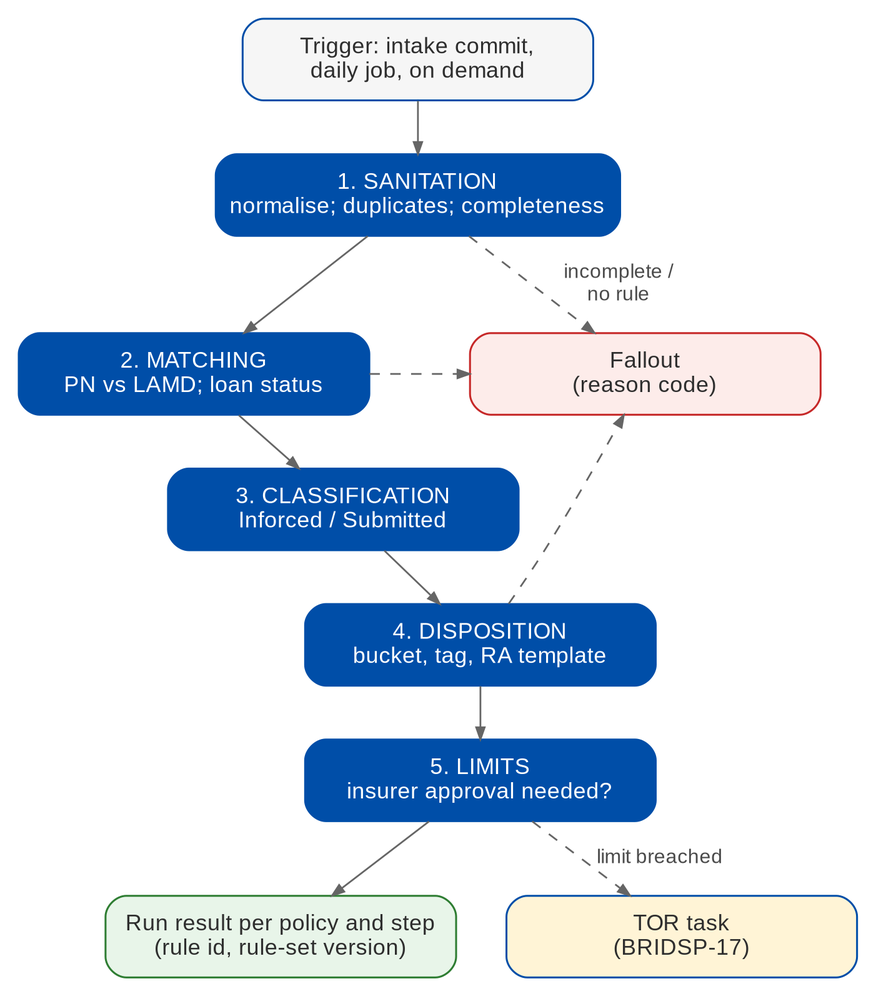
This is docs/deliverables/src/BRD-12_Submitted_Policies/figures/brd12_processing_run.png from IortaTexhNXT-DEV/FinVerse, a Graphviz export, as it was before one commit. Its source is kept beside it as docs/deliverables/src/BRD-12_Submitted_Policies/figures/brd12_processing_run.dot. Its diagram source:
```dot
digraph sp_run {
  graph [rankdir=TB, fontname="Arial", nodesep=0.4, ranksep=0.4, bgcolor="white", pad=0.15];
  node  [shape=box, style="rounded,filled", fillcolor="@WHITE", color="@HEADER_BLUE", penwidth=1.1,
         fontname="Arial", fontsize=13, fontcolor="@NEAR_BLACK", width=2.8, height=0.65];
  edge  [color="@MUTED", arrowsize=0.7, fontname="Arial", fontsize=11.5, fontcolor="@TEXT"];

  trig  [label="Trigger: intake commit,\ndaily job, on demand", fillcolor="@DIRTY_WHITE"];
  san   [label="1. SANITATION\nnormalise; duplicates; completeness", fillcolor="@HEADER_BLUE", fontcolor="@WHITE"];
  mat   [label="2. MATCHING\nPN vs LAMD; loan status", fillcolor="@HEADER_BLUE", fontcolor="@WHITE"];
  cls   [label="3. CLASSIFICATION\nInforced / Submitted", fillcolor="@HEADER_BLUE", fontcolor="@WHITE"];
  dis   [label="4. DISPOSITION\nbucket, tag, RA template", fillcolor="@HEADER_BLUE", fontcolor="@WHITE"];
  lim   [label="5. LIMITS\ninsurer approval needed?", fillcolor="@HEADER_BLUE", fontcolor="@WHITE"];
  fall  [label="Fallout\n(reason code)", fillcolor="@DANGER_BG", color="@DANGER"];
  res   [label="Run result per policy and step\n(rule id, rule-set version)", fillcolor="@SUCCESS_BG", color="@SUCCESS"];
  tor   [label="TOR task\n(BRIDSP-17)", fillcolor="@AMBER_BG"];

  trig -> san -> mat -> cls -> dis -> lim -> res;
  san -> fall [style=dashed, label=" incomplete /\n no rule"];
  mat -> fall [style=dashed];
  dis -> fall [style=dashed];
  lim -> tor [style=dashed, label=" limit breached"];
  { rank=same; mat; fall; }
}
```
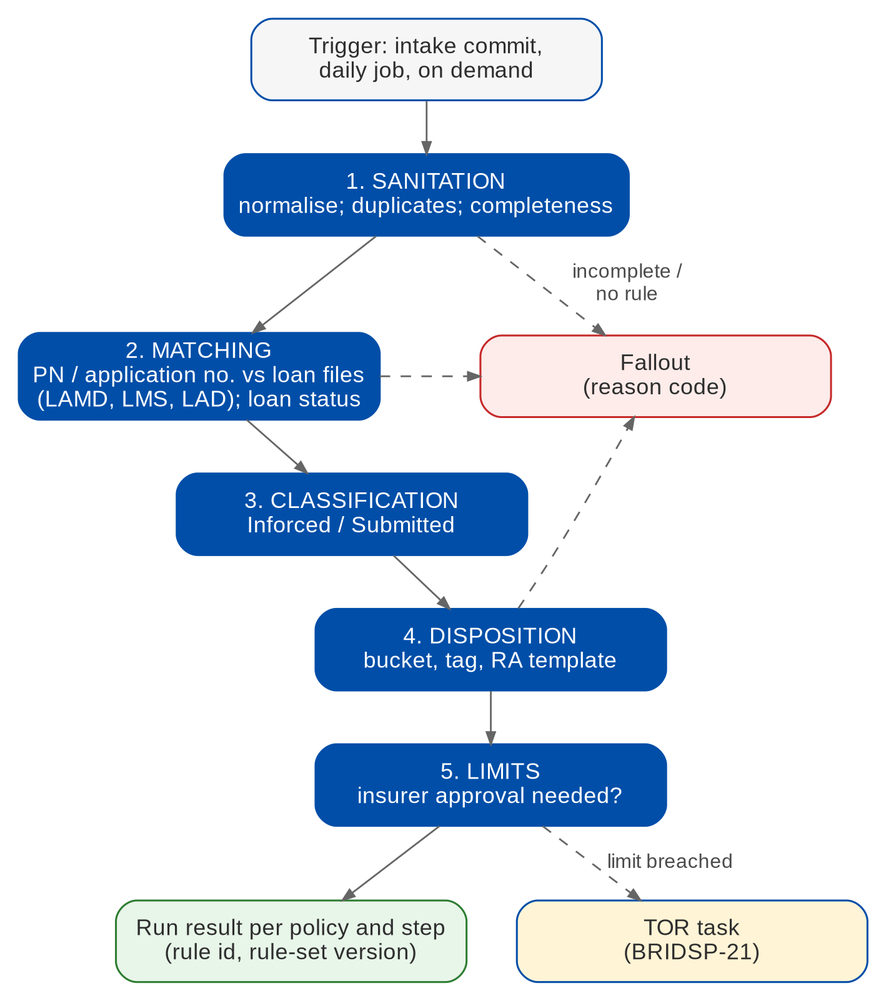
The same diagram one commit later.

What changed in the source:
```diff
@@ -6,13 +6,13 @@
 
   trig  [label="Trigger: intake commit,\ndaily job, on demand", fillcolor="@DIRTY_WHITE"];
   san   [label="1. SANITATION\nnormalise; duplicates; completeness", fillcolor="@HEADER_BLUE", fontcolor="@WHITE"];
-  mat   [label="2. MATCHING\nPN vs LAMD; loan status", fillcolor="@HEADER_BLUE", fontcolor="@WHITE"];
+  mat   [label="2. MATCHING\nPN / application no. vs loan files\n(LAMD, LMS, LAD); loan status", fillcolor="@HEADER_BLUE", fontcolor="@WHITE"];
   cls   [label="3. CLASSIFICATION\nInforced / Submitted", fillcolor="@HEADER_BLUE", fontcolor="@WHITE"];
   dis   [label="4. DISPOSITION\nbucket, tag, RA template", fillcolor="@HEADER_BLUE", fontcolor="@WHITE"];
   lim   [label="5. LIMITS\ninsurer approval needed?", fillcolor="@HEADER_BLUE", fontcolor="@WHITE"];
   fall  [label="Fallout\n(reason code)", fillcolor="@DANGER_BG", color="@DANGER"];
   res   [label="Run result per policy and step\n(rule id, rule-set version)", fillcolor="@SUCCESS_BG", color="@SUCCESS"];
-  tor   [label="TOR task\n(BRIDSP-17)", fillcolor="@AMBER_BG"];
+  tor   [label="TOR task\n(BRIDSP-21)", fillcolor="@AMBER_BG"];
 
   trig -> san -> mat -> cls -> dis -> lim -> res;
   san -> fall [style=dashed, label=" incomplete /\n no rule"];
```
